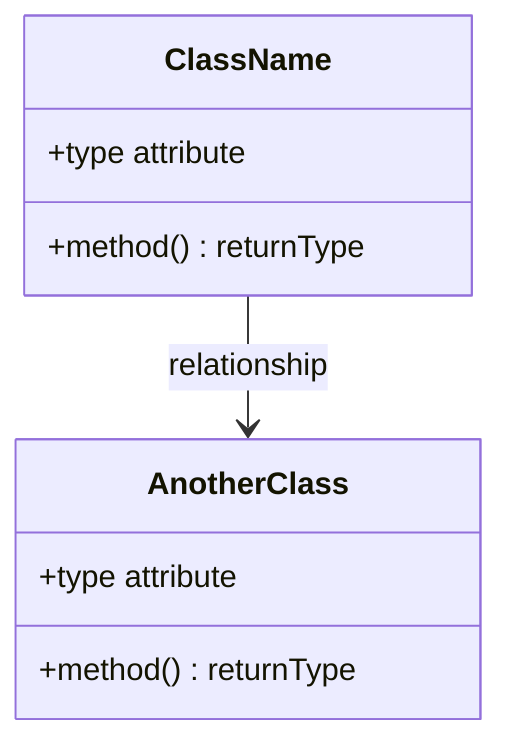
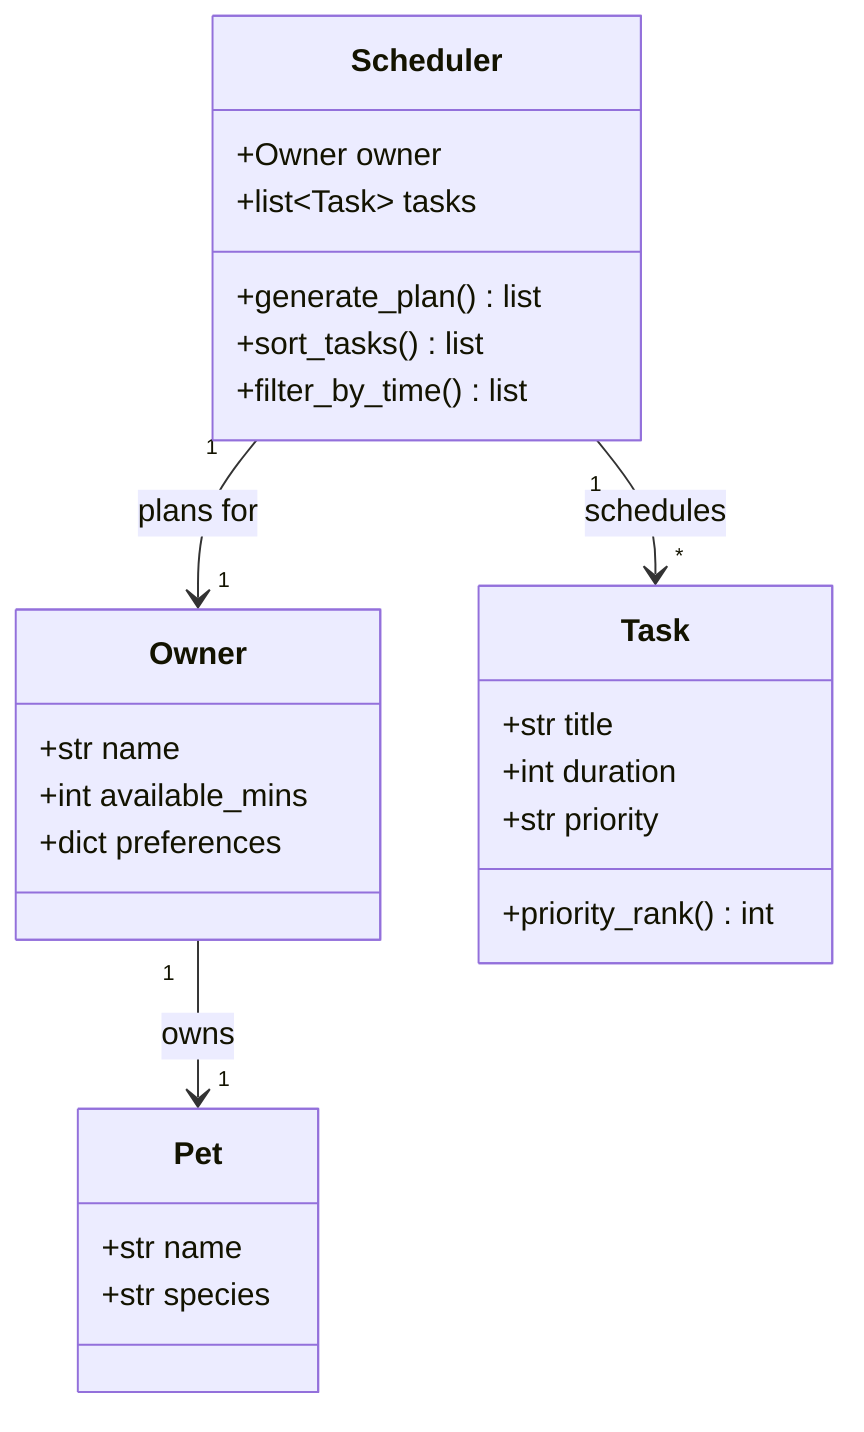
classDiagram
-     %% Replace the placeholders below with your actual classes, attributes, methods, and relationships.
-     %% Keep this file updated so it matches your final implementation.
- 
-     class ClassName {
-         +type attribute
-         +method() returnType
+     class Owner {
+         +str name
+         +int available_mins
+         +dict preferences
    }

-     class AnotherClass {
-         +type attribute
-         +method() returnType
+     class Pet {
+         +str name
+         +str species
    }

-     ClassName --> AnotherClass : relationship
+     class Task {
+         +str title
+         +int duration
+         +str priority
+         +priority_rank() int
+     }
+ 
+     class Scheduler {
+         +Owner owner
+         +list~Task~ tasks
+         +generate_plan() list
+         +sort_tasks() list
+         +filter_by_time() list
+     }
+ 
+     Owner "1" --> "1" Pet : owns
+     Scheduler "1" --> "1" Owner : plans for
+     Scheduler "1" --> "*" Task : schedules
